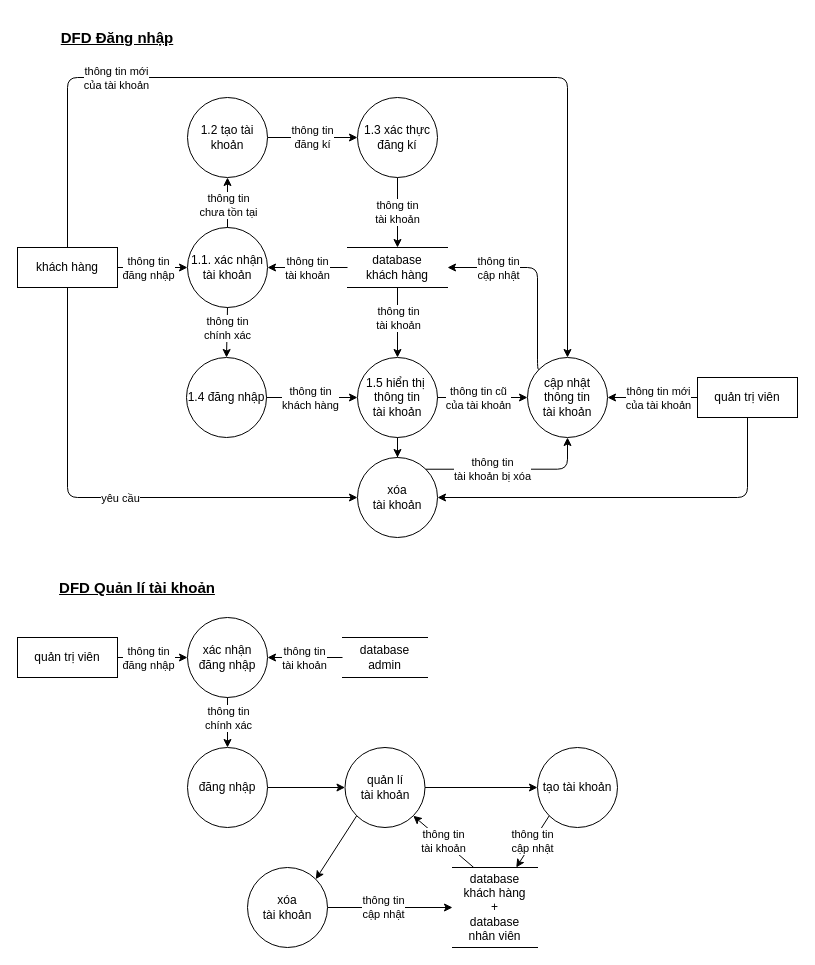
Earlier version of the draw.io diagram page "DFD_quanlitaikhoan mức 1" (1 of 2) of Diagrams/quanlitaikhoan/DFD_quanlitaikhoan.drawio (Raynor-legend/Cinema). Source tidied: cells renumbered, new cells numbered last; positions are measured from the earlier drawing's top-left corner, leaving out a move shared by most shapes. Both pictures are drawn from the tidied source at 100%, with x=0, y=0 at pixel (17, 17).
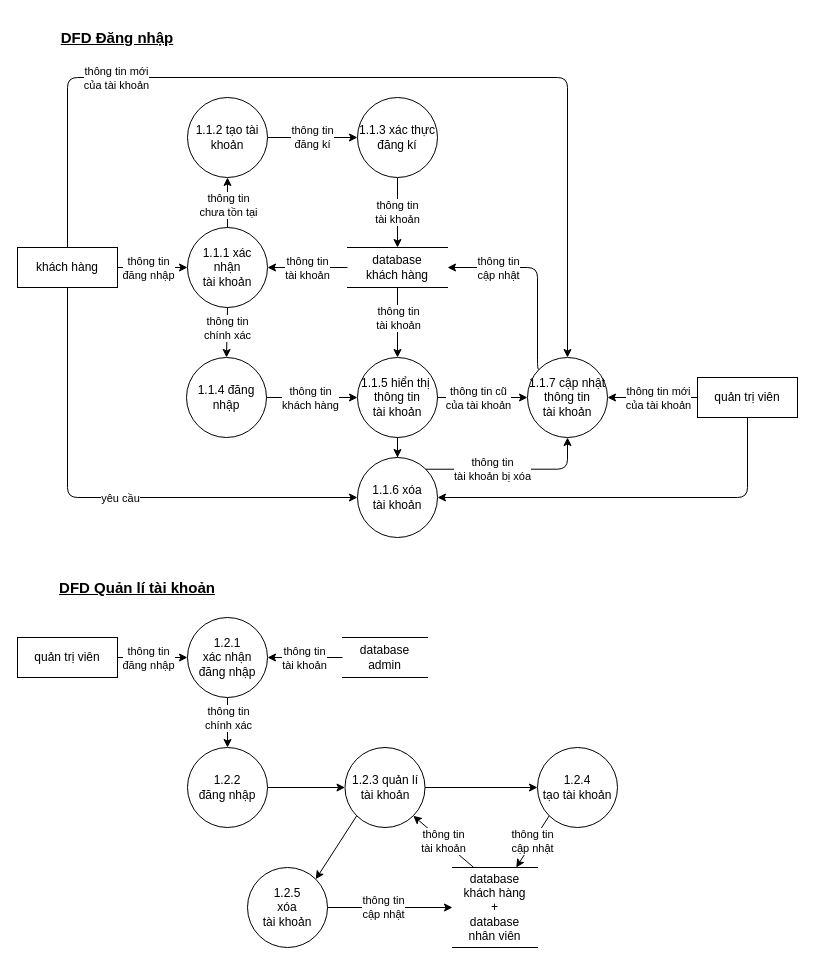
Above is the later version.

What changed in the source:
```diff
@@
-    <mxCell id="2" value="1.1. xác nhận&lt;br&gt;tài khoản" style="ellipse;whiteSpace=wrap;html=1;" parent="1" vertex="1">
+    <mxCell id="2" value="1.1.1 xác nhận&lt;br&gt;tài khoản" style="ellipse;whiteSpace=wrap;html=1;" parent="1" vertex="1">
       <mxGeometry x="170" y="210" width="80" height="80" as="geometry" />
     </mxCell>
@@
-    <mxCell id="4" value="1.2 tạo tài khoản" style="ellipse;whiteSpace=wrap;html=1;" parent="1" vertex="1">
+    <mxCell id="4" value="1.1.2 tạo tài khoản" style="ellipse;whiteSpace=wrap;html=1;" parent="1" vertex="1">
       <mxGeometry x="170" y="80" width="80" height="80" as="geometry" />
     </mxCell>
@@
-    <mxCell id="13" value="1.4 đăng nhập" style="ellipse;whiteSpace=wrap;html=1;" parent="1" vertex="1">
+    <mxCell id="13" value="1.1.4 đăng nhập" style="ellipse;whiteSpace=wrap;html=1;" parent="1" vertex="1">
       <mxGeometry x="169" y="340" width="80" height="80" as="geometry" />
     </mxCell>
@@
-    <mxCell id="17" value="1.5 hiển thị&amp;nbsp;&lt;br&gt;thông tin&lt;br&gt;tài khoản" style="ellipse;whiteSpace=wrap;html=1;" parent="1" vertex="1">
+    <mxCell id="17" value="1.1.5 hiển thị&amp;nbsp;&lt;br&gt;thông tin&lt;br&gt;tài khoản" style="ellipse;whiteSpace=wrap;html=1;" parent="1" vertex="1">
       <mxGeometry x="340" y="340" width="80" height="80" as="geometry" />
     </mxCell>
@@
-    <mxCell id="22" value="cập nhật&lt;br&gt;thông tin&lt;br&gt;tài khoản" style="ellipse;whiteSpace=wrap;html=1;" parent="1" vertex="1">
+    <mxCell id="22" value="1.1.7 cập nhật&lt;br&gt;thông tin&lt;br&gt;tài khoản" style="ellipse;whiteSpace=wrap;html=1;" parent="1" vertex="1">
       <mxGeometry x="510" y="340" width="80" height="80" as="geometry" />
     </mxCell>
@@
-    <mxCell id="30" value="xóa&lt;br&gt;tài khoản" style="ellipse;whiteSpace=wrap;html=1;" parent="1" vertex="1">
+    <mxCell id="30" value="1.1.6 xóa&lt;br&gt;tài khoản" style="ellipse;whiteSpace=wrap;html=1;" parent="1" vertex="1">
       <mxGeometry x="340" y="440" width="80" height="80" as="geometry" />
     </mxCell>
@@
-    <mxCell id="32" value="1.3 xác thực&lt;br&gt;đăng kí" style="ellipse;whiteSpace=wrap;html=1;" parent="1" vertex="1">
+    <mxCell id="32" value="1.1.3 xác thực&lt;br&gt;đăng kí" style="ellipse;whiteSpace=wrap;html=1;" parent="1" vertex="1">
       <mxGeometry x="340" y="80" width="80" height="80" as="geometry" />
     </mxCell>
@@
-    <mxCell id="42" value="xác nhận&lt;br&gt;đăng nhập" style="ellipse;whiteSpace=wrap;html=1;" parent="1" vertex="1">
+    <mxCell id="42" value="1.2.1&lt;br&gt;xác nhận&lt;br&gt;đăng nhập" style="ellipse;whiteSpace=wrap;html=1;" parent="1" vertex="1">
       <mxGeometry x="170" y="600" width="80" height="80" as="geometry" />
     </mxCell>
@@
-    <mxCell id="46" value="đăng nhập" style="ellipse;whiteSpace=wrap;html=1;" parent="1" vertex="1">
+    <mxCell id="46" value="1.2.2&lt;br&gt;đăng nhập" style="ellipse;whiteSpace=wrap;html=1;" parent="1" vertex="1">
       <mxGeometry x="170" y="730" width="80" height="80" as="geometry" />
     </mxCell>
@@
-    <mxCell id="53" value="quản lí&lt;br&gt;tài khoản" style="ellipse;whiteSpace=wrap;html=1;" parent="1" vertex="1">
+    <mxCell id="53" value="1.2.3 quản lí&lt;br&gt;tài khoản" style="ellipse;whiteSpace=wrap;html=1;" parent="1" vertex="1">
       <mxGeometry x="327.5" y="730" width="80" height="80" as="geometry" />
     </mxCell>
-    <mxCell id="54" value="tạo tài khoản" style="ellipse;whiteSpace=wrap;html=1;" parent="1" vertex="1">
+    <mxCell id="54" value="1.2.4&lt;br&gt;tạo tài khoản" style="ellipse;whiteSpace=wrap;html=1;" parent="1" vertex="1">
       <mxGeometry x="520" y="730" width="80" height="80" as="geometry" />
     </mxCell>
@@
-    <mxCell id="56" value="xóa&lt;br&gt;tài khoản" style="ellipse;whiteSpace=wrap;html=1;" parent="1" vertex="1">
+    <mxCell id="56" value="1.2.5&lt;br&gt;xóa&lt;br&gt;tài khoản" style="ellipse;whiteSpace=wrap;html=1;" parent="1" vertex="1">
       <mxGeometry x="230" y="850" width="80" height="80" as="geometry" />
     </mxCell>
```
